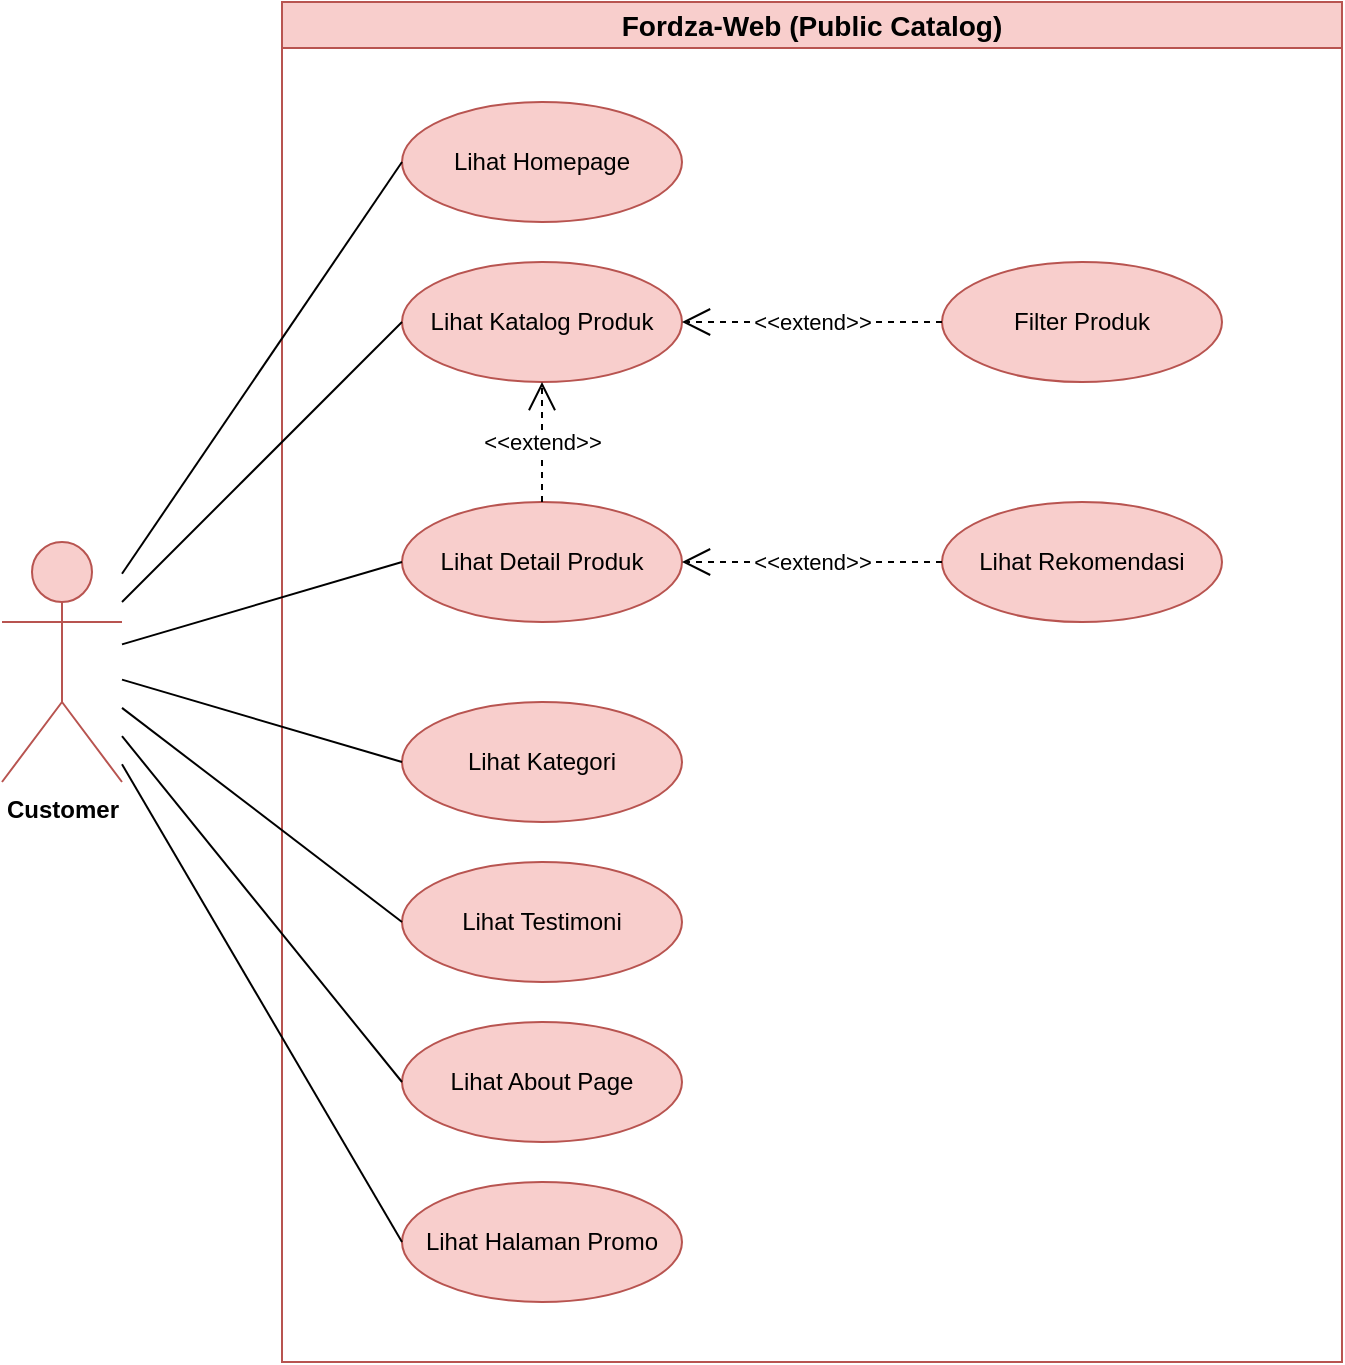
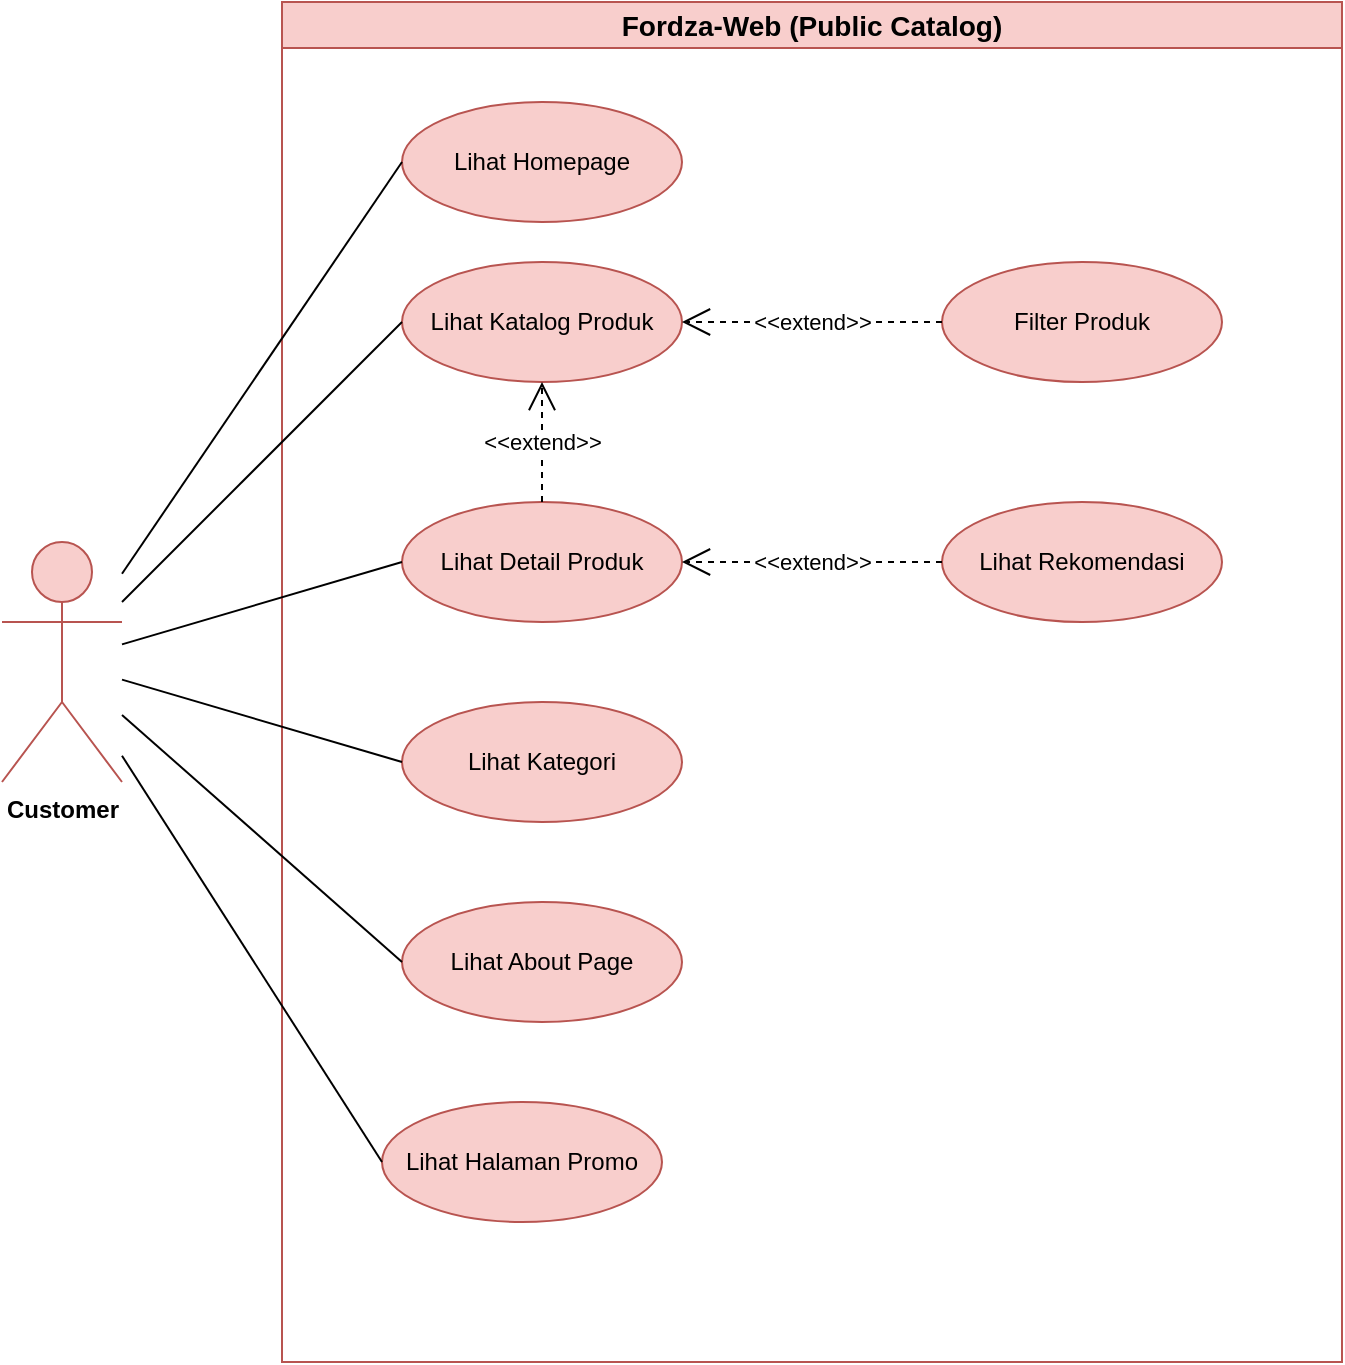
<mxfile host="app.diagrams.net" agent="5.0">
  <diagram name="Use Case - Customer" id="uc-customer">
-     <mxGraphModel dx="1368" dy="714" grid="1" gridSize="10" guides="1" tooltips="1" connect="1" arrows="1" fold="1" page="1" pageScale="1" pageWidth="827" pageHeight="1169" math="0" shadow="0">
+     <mxGraphModel dx="1460" dy="775" grid="1" gridSize="10" guides="1" tooltips="1" connect="1" arrows="1" fold="1" page="1" pageScale="1" pageWidth="827" pageHeight="1169" math="0" shadow="0">
      <root>
        <mxCell id="0" />
        <mxCell id="1" parent="0" />
        <mxCell id="system" parent="1" style="swimlane;whiteSpace=wrap;html=1;fillColor=#f8cecc;strokeColor=#b85450;fontSize=14;fontStyle=1" value="Fordza-Web (Public Catalog)" vertex="1">
          <mxGeometry height="680" width="530" x="200" y="50" as="geometry" />
        </mxCell>
        <mxCell id="uc14" parent="system" style="ellipse;whiteSpace=wrap;html=1;fillColor=#f8cecc;strokeColor=#b85450;" value="Lihat Homepage" vertex="1">
          <mxGeometry height="60" width="140" x="60" y="50" as="geometry" />
        </mxCell>
        <mxCell id="uc15" parent="system" style="ellipse;whiteSpace=wrap;html=1;fillColor=#f8cecc;strokeColor=#b85450;" value="Lihat Katalog Produk" vertex="1">
          <mxGeometry height="60" width="140" x="60" y="130" as="geometry" />
        </mxCell>
        <mxCell id="uc16" parent="system" style="ellipse;whiteSpace=wrap;html=1;fillColor=#f8cecc;strokeColor=#b85450;" value="Lihat Detail Produk" vertex="1">
          <mxGeometry height="60" width="140" x="60" y="250" as="geometry" />
        </mxCell>
        <mxCell id="uc17" parent="system" style="ellipse;whiteSpace=wrap;html=1;fillColor=#f8cecc;strokeColor=#b85450;" value="Filter Produk" vertex="1">
          <mxGeometry height="60" width="140" x="330" y="130" as="geometry" />
        </mxCell>
        <mxCell id="uc18" parent="system" style="ellipse;whiteSpace=wrap;html=1;fillColor=#f8cecc;strokeColor=#b85450;" value="Lihat Kategori" vertex="1">
          <mxGeometry height="60" width="140" x="60" y="350" as="geometry" />
        </mxCell>
        <mxCell id="uc19" parent="system" style="ellipse;whiteSpace=wrap;html=1;fillColor=#f8cecc;strokeColor=#b85450;" value="Lihat Rekomendasi" vertex="1">
          <mxGeometry height="60" width="140" x="330" y="250" as="geometry" />
        </mxCell>
-         <mxCell id="uc20" parent="system" style="ellipse;whiteSpace=wrap;html=1;fillColor=#f8cecc;strokeColor=#b85450;" value="Lihat Testimoni" vertex="1">
-           <mxGeometry height="60" width="140" x="60" y="430" as="geometry" />
-         </mxCell>
        <mxCell id="uc21" parent="system" style="ellipse;whiteSpace=wrap;html=1;fillColor=#f8cecc;strokeColor=#b85450;" value="Lihat About Page" vertex="1">
-           <mxGeometry height="60" width="140" x="60" y="510" as="geometry" />
+           <mxGeometry height="60" width="140" x="60" y="450" as="geometry" />
        </mxCell>
        <mxCell id="uc22" parent="system" style="ellipse;whiteSpace=wrap;html=1;fillColor=#f8cecc;strokeColor=#b85450;" value="Lihat Halaman Promo" vertex="1">
-           <mxGeometry height="60" width="140" x="60" y="590" as="geometry" />
+           <mxGeometry height="60" width="140" x="50" y="550" as="geometry" />
        </mxCell>
        <mxCell id="extend1" edge="1" parent="system" source="uc16" style="endArrow=open;endSize=12;dashed=1;html=1;exitX=0.5;exitY=0;exitDx=0;exitDy=0;entryX=0.5;entryY=1;entryDx=0;entryDy=0;" target="uc15" value="&amp;lt;&amp;lt;extend&amp;gt;&amp;gt;">
          <mxGeometry relative="1" width="160" as="geometry" />
        </mxCell>
        <mxCell id="extend2" edge="1" parent="system" source="uc17" style="endArrow=open;endSize=12;dashed=1;html=1;exitX=0;exitY=0.5;exitDx=0;exitDy=0;entryX=1;entryY=0.5;entryDx=0;entryDy=0;" target="uc15" value="&amp;lt;&amp;lt;extend&amp;gt;&amp;gt;">
          <mxGeometry relative="1" width="160" as="geometry" />
        </mxCell>
        <mxCell id="extend3" edge="1" parent="system" source="uc19" style="endArrow=open;endSize=12;dashed=1;html=1;exitX=0;exitY=0.5;exitDx=0;exitDy=0;entryX=1;entryY=0.5;entryDx=0;entryDy=0;" target="uc16" value="&amp;lt;&amp;lt;extend&amp;gt;&amp;gt;">
          <mxGeometry relative="1" width="160" as="geometry" />
        </mxCell>
        <mxCell id="actor-customer" parent="1" style="shape=umlActor;verticalLabelPosition=bottom;verticalAlign=top;html=1;fillColor=#f8cecc;strokeColor=#b85450;fontSize=12;fontStyle=1" value="Customer" vertex="1">
          <mxGeometry height="120" width="60" x="60" y="320" as="geometry" />
        </mxCell>
        <mxCell id="assoc14" edge="1" parent="1" source="actor-customer" style="endArrow=none;html=1;entryX=0;entryY=0.5;entryDx=0;entryDy=0;" target="uc14" value="">
          <mxGeometry height="50" relative="1" width="50" as="geometry" />
        </mxCell>
        <mxCell id="assoc15" edge="1" parent="1" source="actor-customer" style="endArrow=none;html=1;entryX=0;entryY=0.5;entryDx=0;entryDy=0;" target="uc15" value="">
          <mxGeometry height="50" relative="1" width="50" as="geometry" />
        </mxCell>
        <mxCell id="assoc16" edge="1" parent="1" source="actor-customer" style="endArrow=none;html=1;entryX=0;entryY=0.5;entryDx=0;entryDy=0;" target="uc16" value="">
          <mxGeometry height="50" relative="1" width="50" as="geometry" />
        </mxCell>
        <mxCell id="assoc18" edge="1" parent="1" source="actor-customer" style="endArrow=none;html=1;entryX=0;entryY=0.5;entryDx=0;entryDy=0;" target="uc18" value="">
          <mxGeometry height="50" relative="1" width="50" as="geometry" />
        </mxCell>
-         <mxCell id="assoc20" edge="1" parent="1" source="actor-customer" style="endArrow=none;html=1;entryX=0;entryY=0.5;entryDx=0;entryDy=0;" target="uc20" value="">
-           <mxGeometry height="50" relative="1" width="50" as="geometry" />
-         </mxCell>
        <mxCell id="assoc21" edge="1" parent="1" source="actor-customer" style="endArrow=none;html=1;entryX=0;entryY=0.5;entryDx=0;entryDy=0;" target="uc21" value="">
          <mxGeometry height="50" relative="1" width="50" as="geometry" />
        </mxCell>
        <mxCell id="assoc22" edge="1" parent="1" source="actor-customer" style="endArrow=none;html=1;entryX=0;entryY=0.5;entryDx=0;entryDy=0;" target="uc22" value="">
          <mxGeometry height="50" relative="1" width="50" as="geometry" />
        </mxCell>
      </root>
    </mxGraphModel>
  </diagram>
</mxfile>
